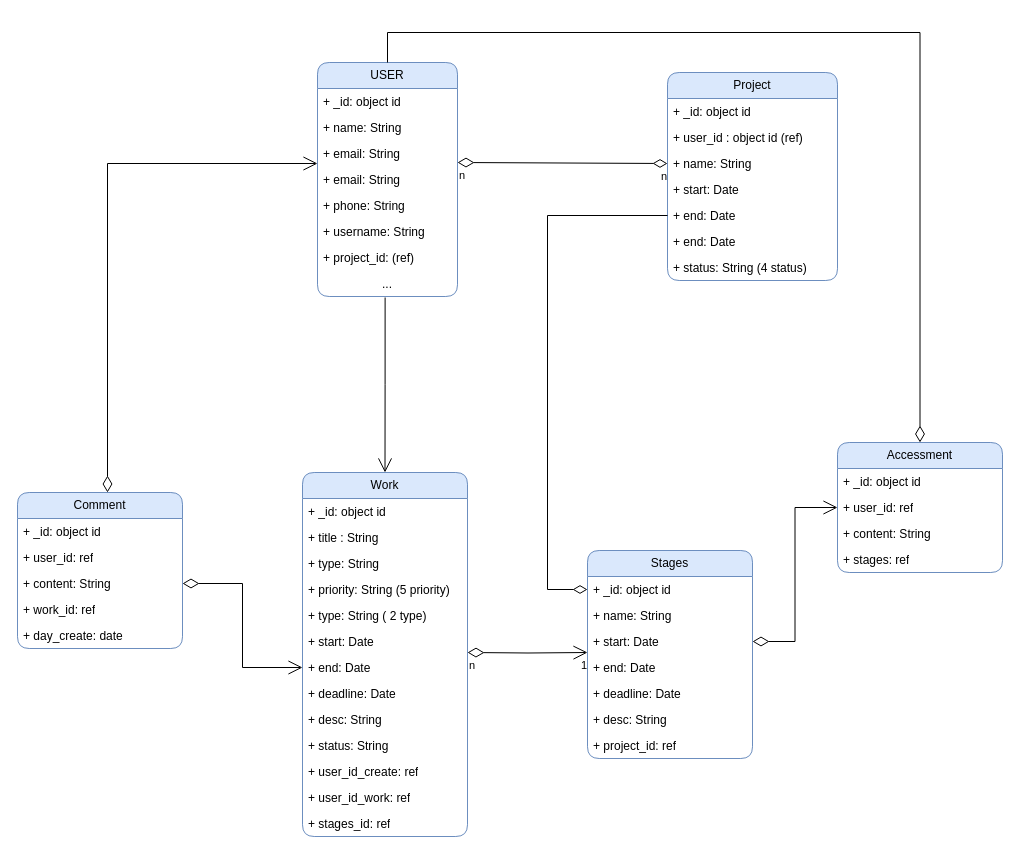
Above: WF.drawio in NguyenDat2904/workflow-sever (draw.io), before the change. Source tidied: cells renumbered, new cells numbered last; positions are measured from the earlier drawing's top-left corner, leaving out a move shared by most shapes. Both pictures are drawn from the tidied source at 100%, with x=0, y=0 at pixel (17, 32).
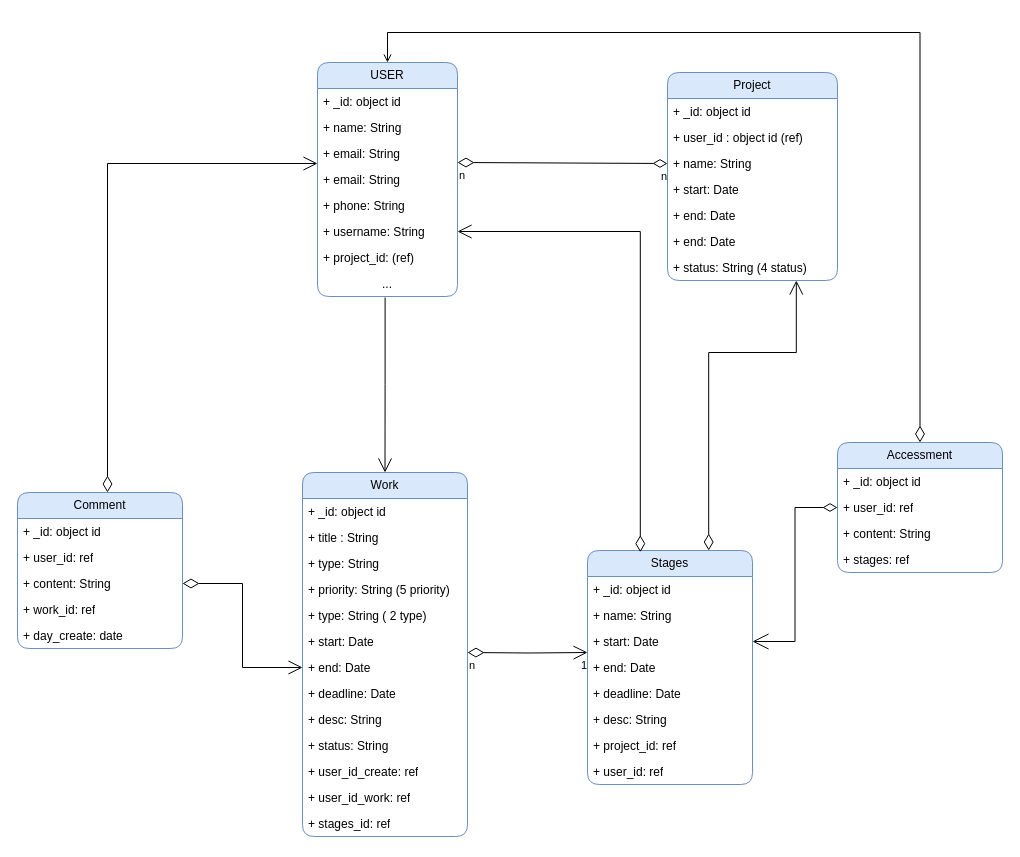
Above is the later version.

The change refers to these unchanged cells:
```xml
<mxCell id="2" value="USER" style="swimlane;fontStyle=0;horizontal=1;startSize=26;fillColor=#dae8fc;whiteSpace=wrap;html=1;strokeColor=#6c8ebf;perimeterSpacing=0;strokeWidth=1;gradientColor=none;swimlaneFillColor=none;rounded=1;swimlaneLine=1;" parent="1" vertex="1">
  <mxGeometry x="300" y="30" width="140" height="234" as="geometry" />
</mxCell>
<mxCell id="8" value="+ username: String" style="text;strokeColor=none;fillColor=none;align=left;verticalAlign=top;spacingLeft=4;spacingRight=4;overflow=hidden;points=[[0,0.5],[1,0.5]];portConstraint=eastwest;whiteSpace=wrap;html=1;" parent="2" vertex="1">
  <mxGeometry y="156" width="140" height="26" as="geometry" />
</mxCell>
<mxCell id="16" value="+ end: Date" style="text;strokeColor=none;fillColor=none;align=left;verticalAlign=top;spacingLeft=4;spacingRight=4;overflow=hidden;points=[[0,0.5],[1,0.5]];portConstraint=eastwest;whiteSpace=wrap;html=1;" parent="11" vertex="1">
  <mxGeometry y="130" width="170" height="26" as="geometry" />
</mxCell>
<mxCell id="38" value="+ _id: object id" style="text;strokeColor=none;fillColor=none;align=left;verticalAlign=top;spacingLeft=4;spacingRight=4;overflow=hidden;points=[[0,0.5],[1,0.5]];portConstraint=eastwest;whiteSpace=wrap;html=1;" parent="37" vertex="1">
  <mxGeometry y="26" width="165" height="26" as="geometry" />
</mxCell>
<mxCell id="40" value="+ start: Date" style="text;strokeColor=none;fillColor=none;align=left;verticalAlign=top;spacingLeft=4;spacingRight=4;overflow=hidden;points=[[0,0.5],[1,0.5]];portConstraint=eastwest;whiteSpace=wrap;html=1;" parent="37" vertex="1">
  <mxGeometry y="78" width="165" height="26" as="geometry" />
</mxCell>
<mxCell id="48" value="Accessment" style="swimlane;fontStyle=0;horizontal=1;startSize=26;fillColor=#dae8fc;whiteSpace=wrap;html=1;strokeColor=#6c8ebf;rounded=1;" parent="1" vertex="1">
  <mxGeometry x="820" y="410" width="165" height="130" as="geometry" />
</mxCell>
<mxCell id="50" value="+ user_id: ref" style="text;strokeColor=none;fillColor=none;align=left;verticalAlign=top;spacingLeft=4;spacingRight=4;overflow=hidden;points=[[0,0.5],[1,0.5]];portConstraint=eastwest;whiteSpace=wrap;html=1;" parent="48" vertex="1">
  <mxGeometry y="52" width="165" height="26" as="geometry" />
</mxCell>
```

Diff of the diagram source:
```diff
@@
     <mxCell id="37" value="Stages" style="swimlane;fontStyle=0;horizontal=1;startSize=26;fillColor=#dae8fc;whiteSpace=wrap;html=1;strokeColor=#6c8ebf;rounded=1;" parent="1" vertex="1">
-      <mxGeometry x="570" y="518" width="165" height="208" as="geometry" />
+      <mxGeometry x="570" y="518" width="165" height="234" as="geometry" />
     </mxCell>
@@
+    <mxCell id="64" value="+ user_id: ref" style="text;strokeColor=none;fillColor=none;align=left;verticalAlign=top;spacingLeft=4;spacingRight=4;overflow=hidden;whiteSpace=wrap;html=1;" parent="37" vertex="1">
+      <mxGeometry y="208" width="165" height="26" as="geometry" />
+    </mxCell>
@@
-    <mxCell id="53" style="endArrow=open;endFill=0;endSize=12;html=1;rounded=0;edgeStyle=orthogonalEdgeStyle;entryX=0;entryY=0.5;entryDx=0;entryDy=0;startArrow=diamondThin;startFill=0;exitX=1;exitY=0.5;exitDx=0;exitDy=0;startSize=14;" parent="1" edge="1" source="40" target="50">
+    <mxCell id="53" style="endArrow=diamondThin;endFill=0;endSize=12;html=1;rounded=0;edgeStyle=orthogonalEdgeStyle;entryX=0;entryY=0.5;entryDx=0;entryDy=0;startArrow=open;startFill=0;exitX=1;exitY=0.5;exitDx=0;exitDy=0;startSize=14;" parent="1" edge="1" source="40" target="50">
       <mxGeometry relative="1" as="geometry" />
     </mxCell>
-    <mxCell id="54" style="endArrow=diamondThin;endFill=0;endSize=12;html=1;rounded=0;edgeStyle=orthogonalEdgeStyle;entryX=0;entryY=0.5;entryDx=0;entryDy=0;exitX=0;exitY=0.5;exitDx=0;exitDy=0;" parent="1" edge="1" source="16" target="38">
+    <mxCell id="54" style="endArrow=diamondThin;endFill=0;endSize=14;html=1;rounded=0;edgeStyle=orthogonalEdgeStyle;entryX=0.5;entryY=0;entryDx=0;entryDy=0;startArrow=open;startFill=0;startSize=12;" parent="1" edge="1">
       <mxGeometry relative="1" as="geometry">
+        <mxPoint x="778.8" y="248" as="sourcePoint" />
+        <mxPoint x="691.2" y="518" as="targetPoint" />
         <Array as="points">
-          <mxPoint x="530" y="183" />
-          <mxPoint x="530" y="557" />
+          <mxPoint x="778.7" y="320" />
+          <mxPoint x="690.7" y="320" />
         </Array>
       </mxGeometry>
     </mxCell>
-    <mxCell id="55" style="endArrow=diamondThin;endFill=0;endSize=14;html=1;rounded=0;edgeStyle=orthogonalEdgeStyle;exitX=0.5;exitY=0;exitDx=0;exitDy=0;entryX=0.5;entryY=0;entryDx=0;entryDy=0;" parent="1" edge="1" source="2" target="48">
+    <mxCell id="55" style="endArrow=diamondThin;endFill=0;endSize=14;html=1;rounded=0;edgeStyle=orthogonalEdgeStyle;exitX=0.5;exitY=0;exitDx=0;exitDy=0;entryX=0.5;entryY=0;entryDx=0;entryDy=0;startArrow=open;startFill=0;" parent="1" edge="1" source="2" target="48">
       <mxGeometry relative="1" as="geometry">
         <Array as="points">
           <mxPoint x="370" />
           <mxPoint x="903" />
         </Array>
       </mxGeometry>
     </mxCell>
@@
+    <mxCell id="65" style="endArrow=diamondThin;startArrow=open;endFill=0;startFill=0;html=1;rounded=0;edgeStyle=orthogonalEdgeStyle;exitX=1;exitY=0.5;exitDx=0;exitDy=0;entryX=0.32;entryY=0.007;entryDx=0;entryDy=0;entryPerimeter=0;endSize=14;startSize=12;" parent="1" edge="1" source="8" target="37">
+      <mxGeometry relative="1" as="geometry" />
+    </mxCell>
```
